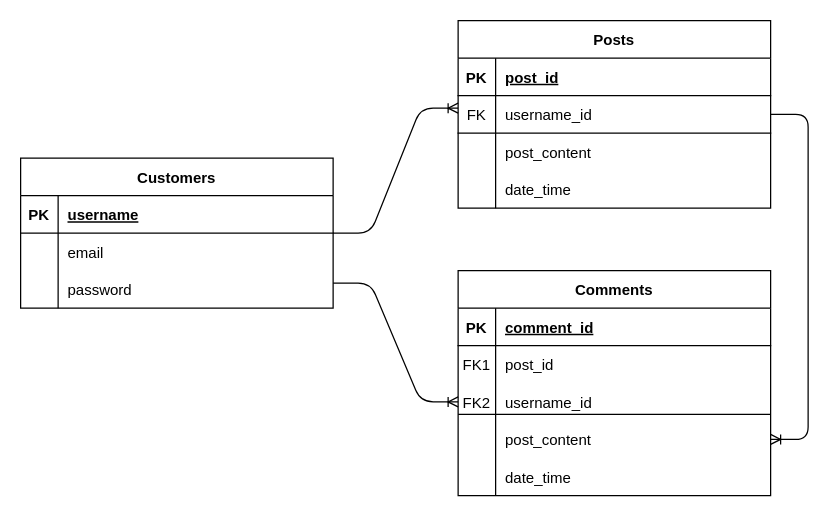
This is Untitled Diagram.drawio from Christinalytle/week9Homework, a draw.io file, before an edit. Source tidied: cells renumbered, new cells numbered last; positions are measured from the earlier drawing's top-left corner, leaving out a move shared by most shapes. Both pictures are drawn from the tidied source at 125%, with x=0, y=0 at pixel (20, 20).
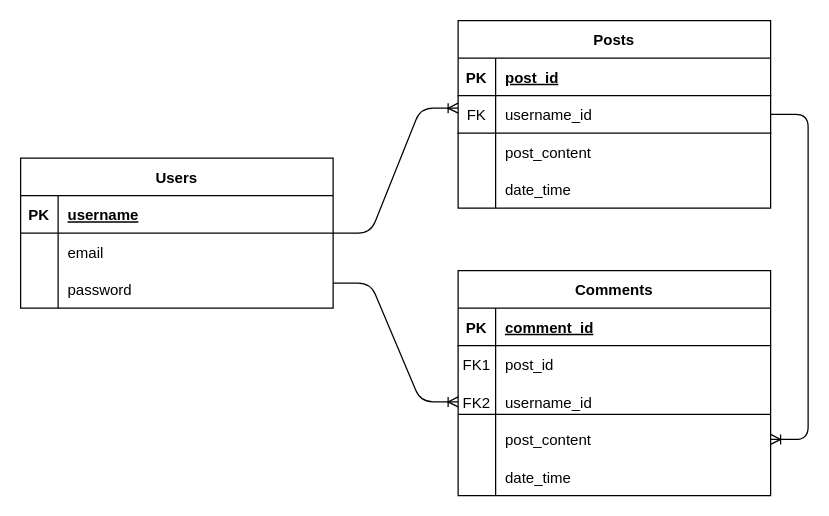
Above is the later version.

The edit, as a diff of the source:
```diff
@@
-    <mxCell id="31" value="Customers" style="shape=table;startSize=30;childLayout=tableLayout;rowLines=0;fontStyle=1;align=center;" parent="1" vertex="1">
+    <mxCell id="31" value="Users" style="shape=table;startSize=30;childLayout=tableLayout;rowLines=0;fontStyle=1;align=center;" parent="1" vertex="1">
       <mxGeometry y="110" width="250" height="120" as="geometry" />
     </mxCell>
```
